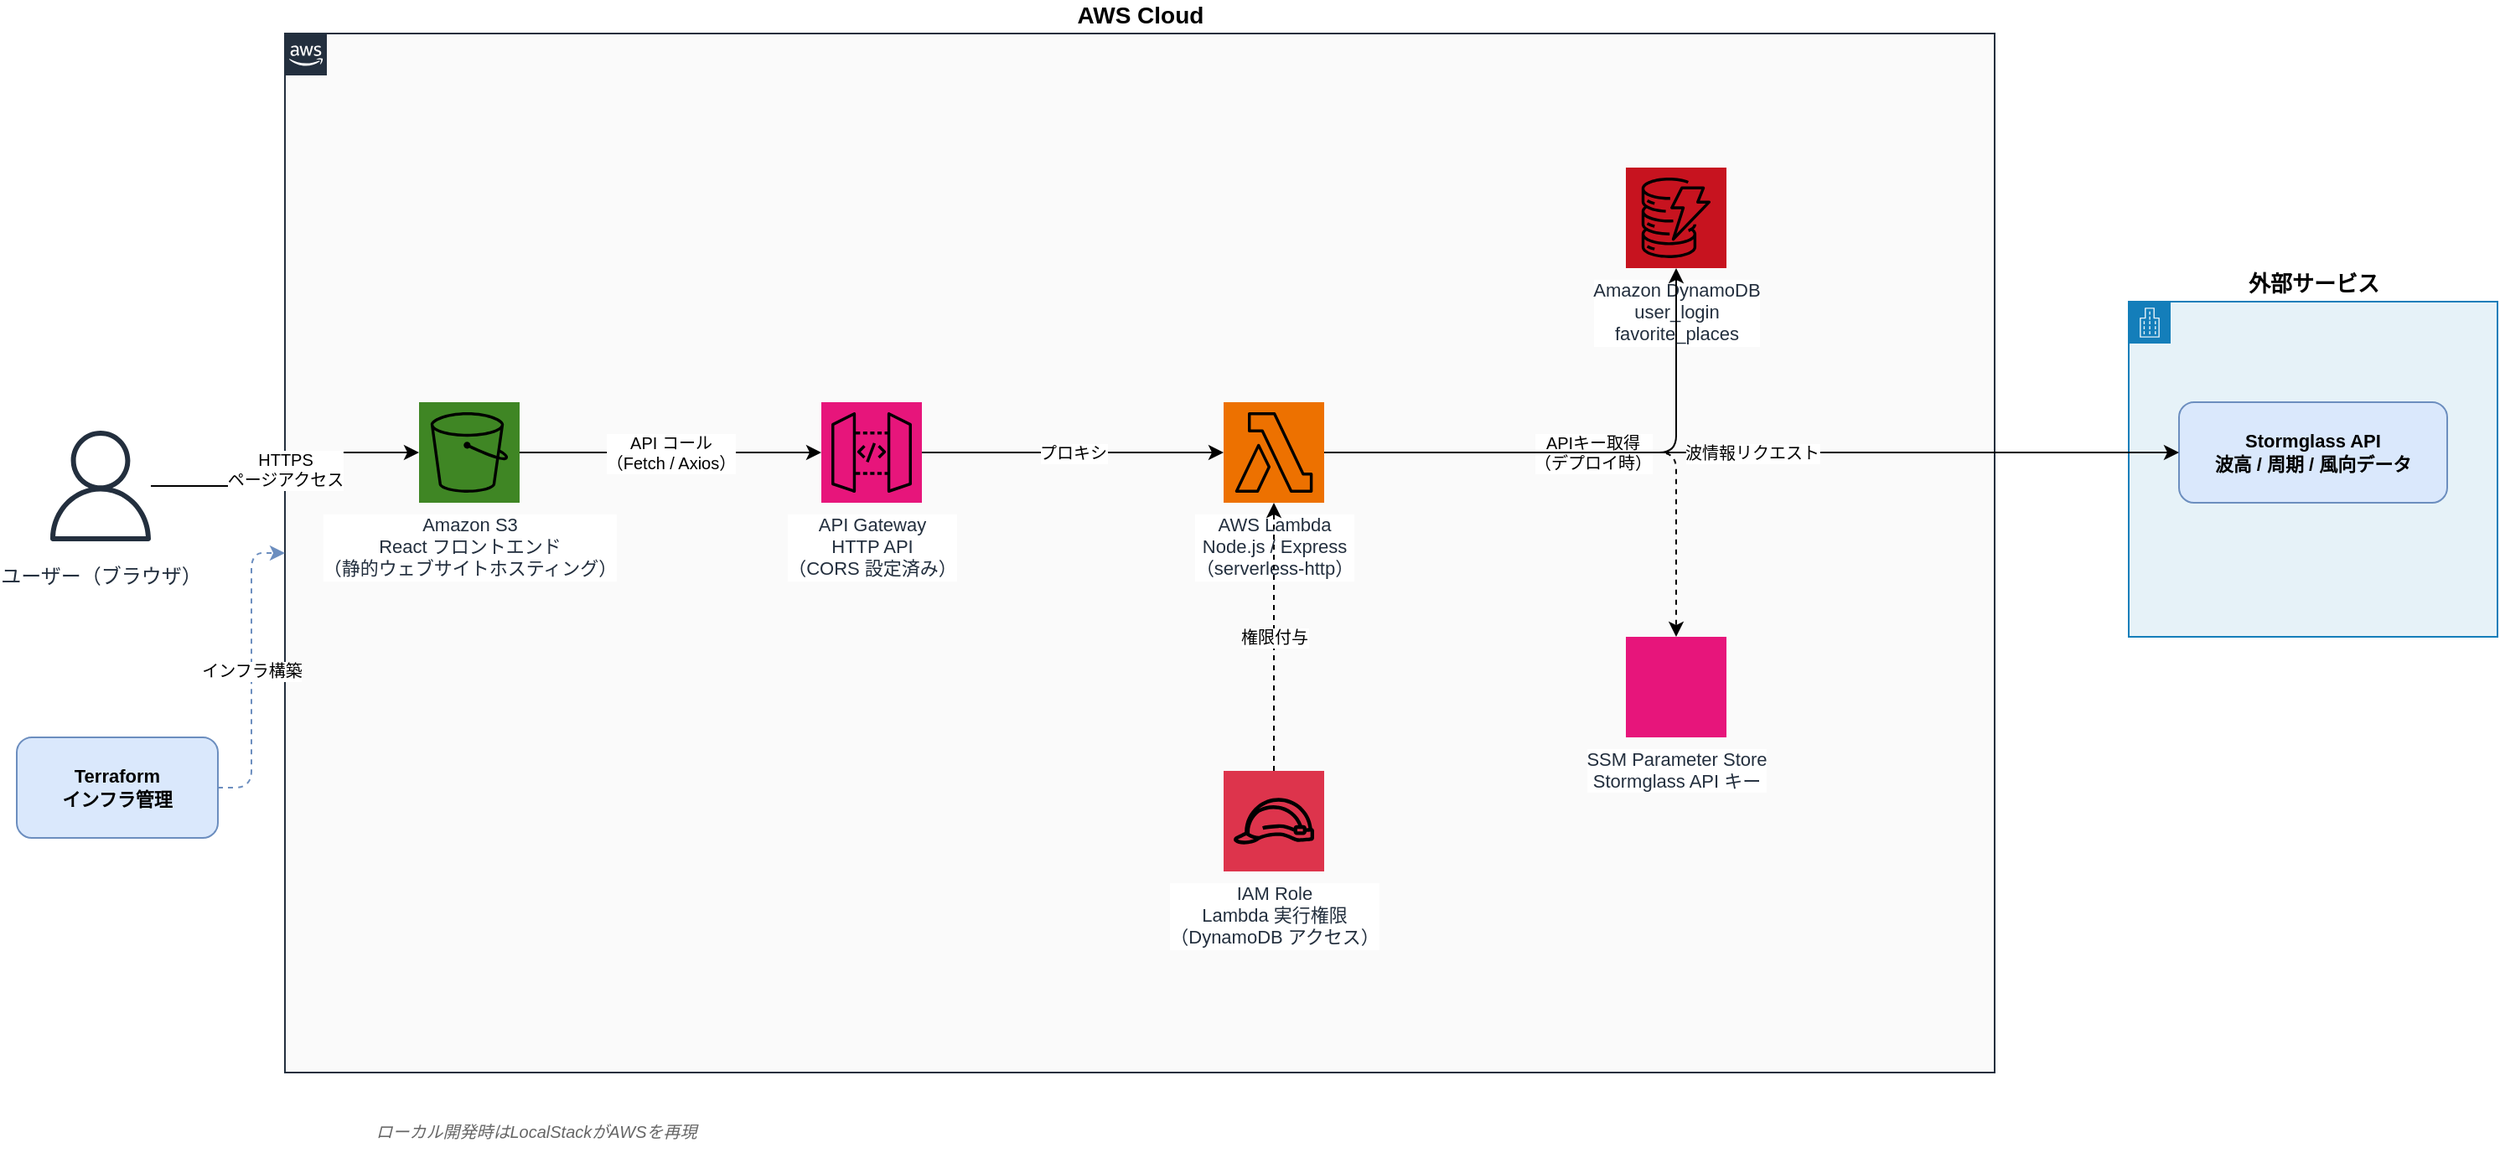
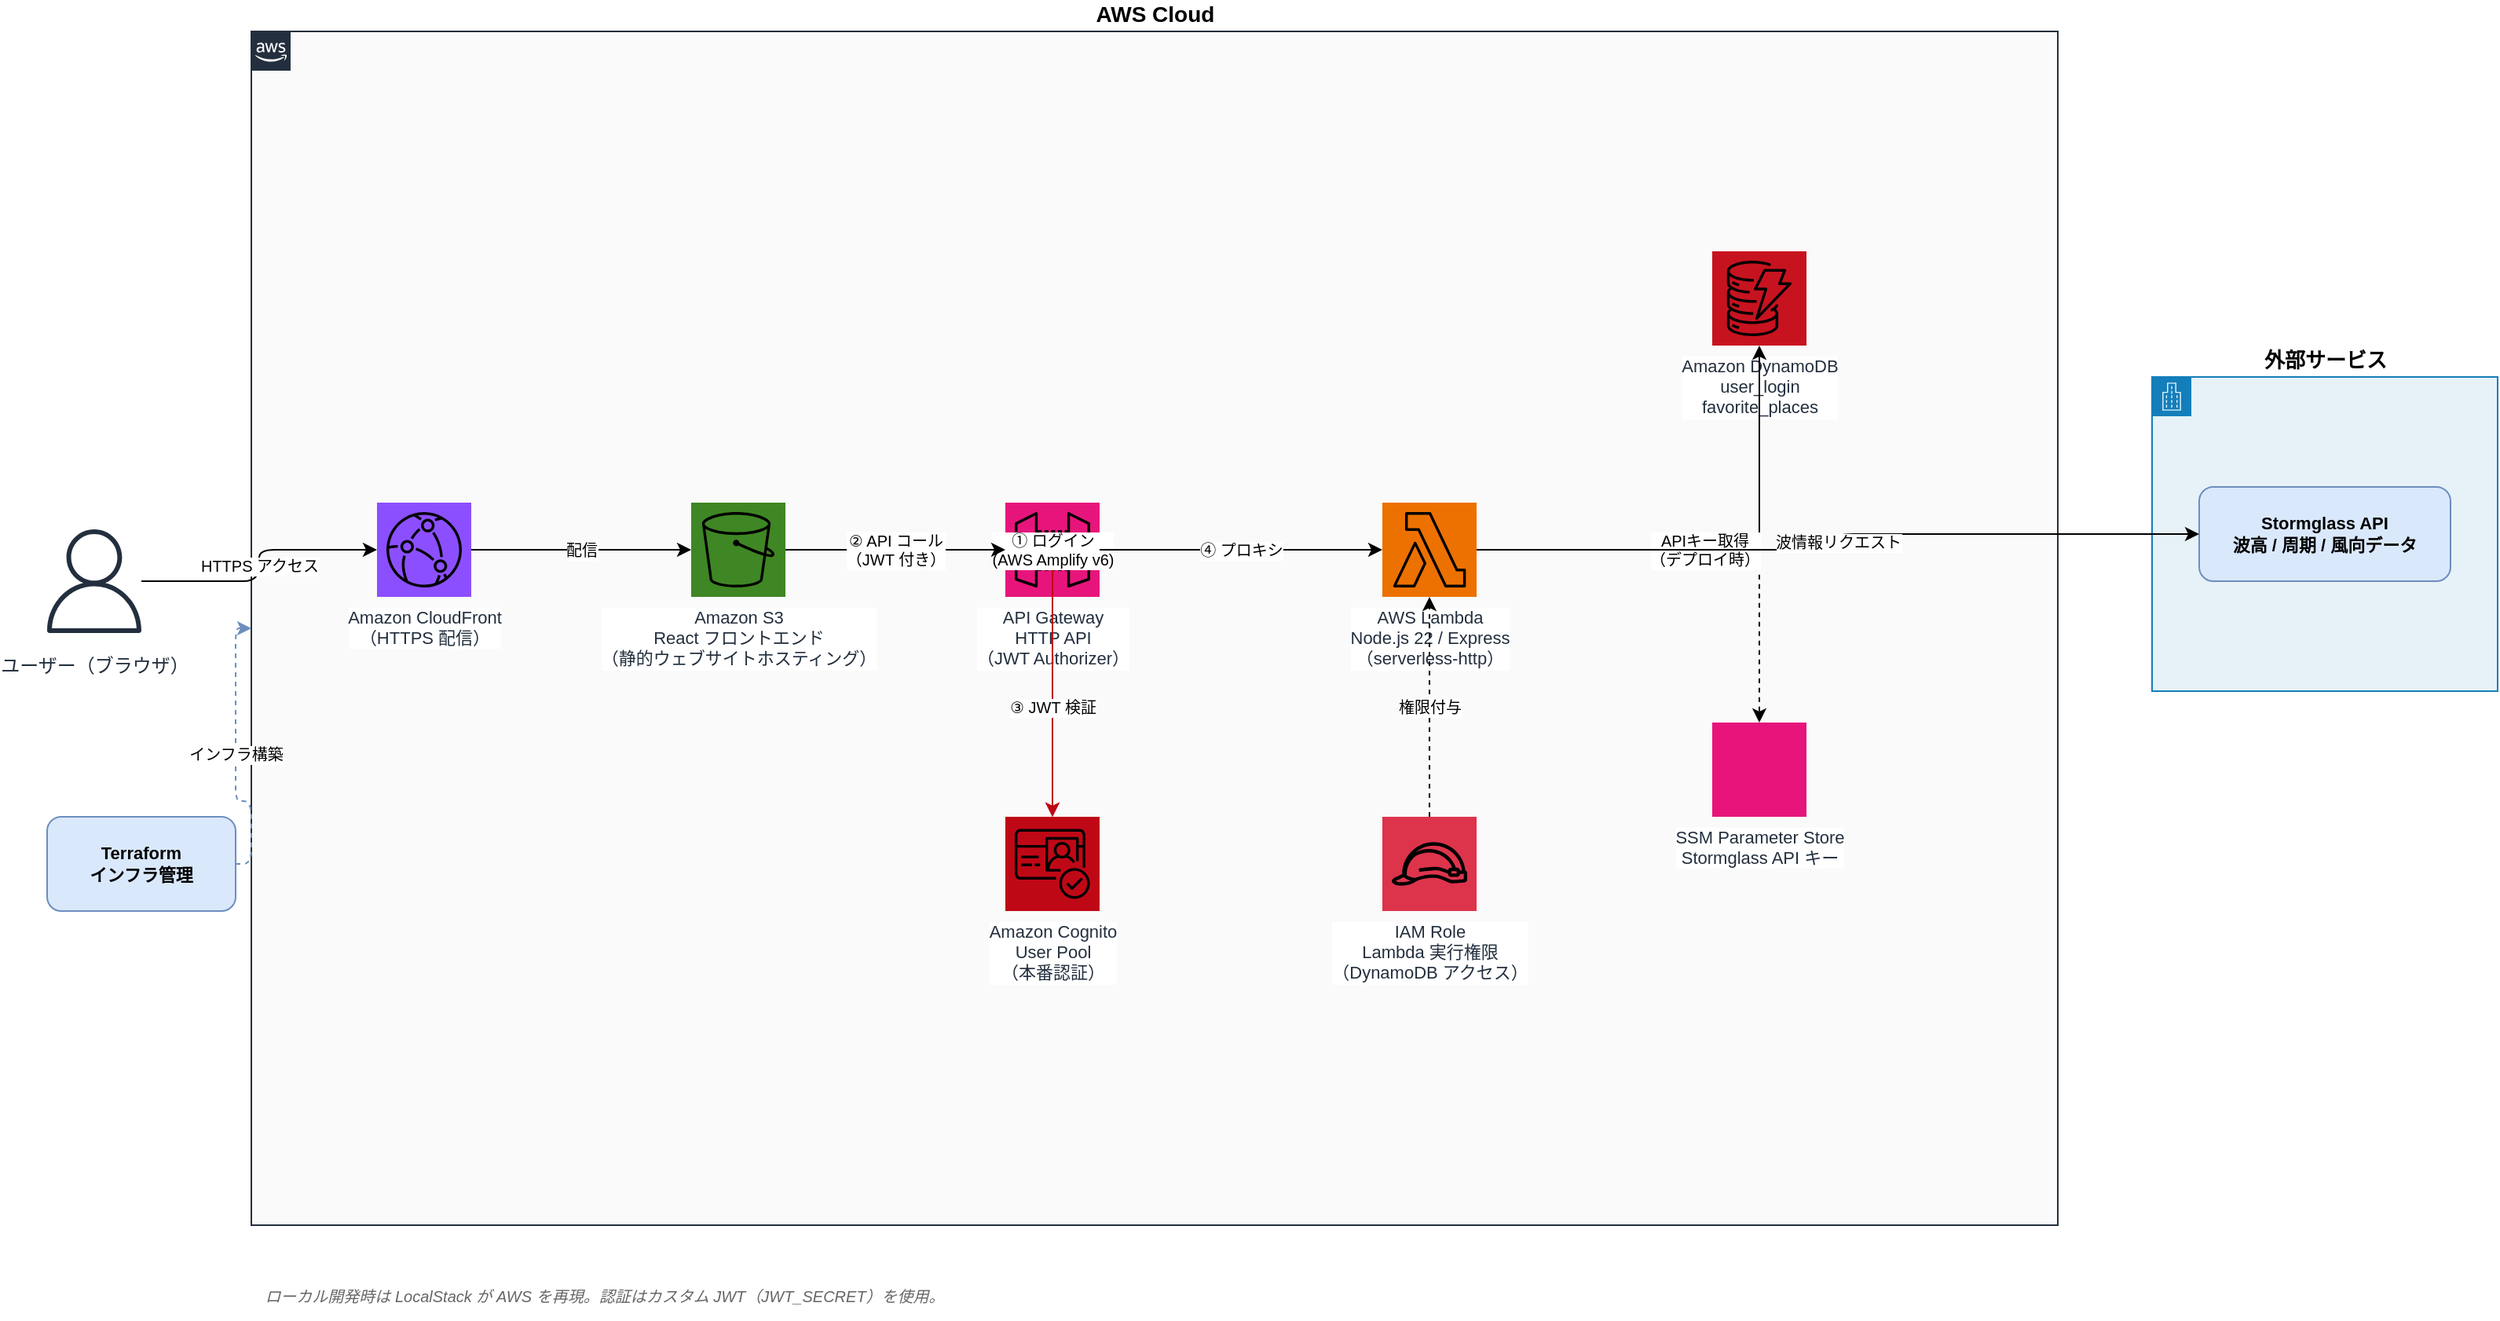
<mxGraphModel dx="1422" dy="762" grid="1" gridSize="10" guides="1" tooltips="1" connect="1" arrows="1" fold="1" page="1" pageScale="1" pageWidth="1654" pageHeight="1169" math="0" shadow="0">
  <root>
    <mxCell id="0" />
    <mxCell id="1" parent="0" />

    <!-- ===== ユーザー ===== -->
    <mxCell id="user" value="ユーザー（ブラウザ）" style="shape=mxgraph.aws4.user;fillColor=#232F3E;strokeColor=none;fontColor=#232F3E;labelBackgroundColor=none;verticalLabelPosition=bottom;verticalAlign=top;align=center;html=1;" vertex="1" parent="1">
-       <mxGeometry x="60" y="310" width="60" height="80" as="geometry" />
+       <mxGeometry x="40" y="390" width="60" height="80" as="geometry" />
    </mxCell>

    <!-- ===== AWS Cloud 境界 ===== -->
    <mxCell id="aws-cloud" value="AWS Cloud" style="points=[[0,0],[0.25,0],[0.5,0],[0.75,0],[1,0],[1,0.25],[1,0.5],[1,0.75],[1,1],[0.75,1],[0.5,1],[0.25,1],[0,1],[0,0.75],[0,0.5],[0,0.25]];shape=mxgraph.aws4.group;grIcon=mxgraph.aws4.group_aws_cloud_alt;strokeColor=#232F3E;fillColor=#FAFAFA;verticalLabelPosition=top;verticalAlign=bottom;align=center;html=1;fontSize=14;fontStyle=1;" vertex="1" parent="1">
-       <mxGeometry x="200" y="80" width="1020" height="620" as="geometry" />
+       <mxGeometry x="170" y="80" width="1150" height="760" as="geometry" />
+     </mxCell>
+ 
+     <!-- ===== CloudFront ===== -->
+     <mxCell id="cloudfront" value="Amazon CloudFront&#xa;（HTTPS 配信）" style="outlineConnect=0;fontColor=#232F3E;gradientColor=none;strokeColor=none;fillColor=#8C4FFF;labelBackgroundColor=#ffffff;align=center;html=1;fontSize=11;fontStyle=0;aspect=fixed;shape=mxgraph.aws4.resourceIcon;resIcon=mxgraph.aws4.cloudfront;verticalLabelPosition=bottom;verticalAlign=top;" vertex="1" parent="1">
+       <mxGeometry x="250" y="380" width="60" height="60" as="geometry" />
    </mxCell>

    <!-- ===== S3（フロントエンド） ===== -->
    <mxCell id="s3" value="Amazon S3&#xa;React フロントエンド&#xa;（静的ウェブサイトホスティング）" style="outlineConnect=0;fontColor=#232F3E;gradientColor=none;strokeColor=none;fillColor=#3F8624;labelBackgroundColor=#ffffff;align=center;html=1;fontSize=11;fontStyle=0;aspect=fixed;shape=mxgraph.aws4.resourceIcon;resIcon=mxgraph.aws4.s3;verticalLabelPosition=bottom;verticalAlign=top;" vertex="1" parent="1">
-       <mxGeometry x="280" y="300" width="60" height="60" as="geometry" />
+       <mxGeometry x="450" y="380" width="60" height="60" as="geometry" />
+     </mxCell>
+ 
+     <!-- ===== Cognito ===== -->
+     <mxCell id="cognito" value="Amazon Cognito&#xa;User Pool&#xa;（本番認証）" style="outlineConnect=0;fontColor=#232F3E;gradientColor=none;strokeColor=none;fillColor=#BF0816;labelBackgroundColor=#ffffff;align=center;html=1;fontSize=11;fontStyle=0;aspect=fixed;shape=mxgraph.aws4.resourceIcon;resIcon=mxgraph.aws4.cognito;verticalLabelPosition=bottom;verticalAlign=top;" vertex="1" parent="1">
+       <mxGeometry x="650" y="580" width="60" height="60" as="geometry" />
    </mxCell>

    <!-- ===== API Gateway ===== -->
-     <mxCell id="apigw" value="API Gateway&#xa;HTTP API&#xa;（CORS 設定済み）" style="outlineConnect=0;fontColor=#232F3E;gradientColor=none;strokeColor=none;fillColor=#E7157B;labelBackgroundColor=#ffffff;align=center;html=1;fontSize=11;fontStyle=0;aspect=fixed;shape=mxgraph.aws4.resourceIcon;resIcon=mxgraph.aws4.api_gateway;verticalLabelPosition=bottom;verticalAlign=top;" vertex="1" parent="1">
-       <mxGeometry x="520" y="300" width="60" height="60" as="geometry" />
+     <mxCell id="apigw" value="API Gateway&#xa;HTTP API&#xa;（JWT Authorizer）" style="outlineConnect=0;fontColor=#232F3E;gradientColor=none;strokeColor=none;fillColor=#E7157B;labelBackgroundColor=#ffffff;align=center;html=1;fontSize=11;fontStyle=0;aspect=fixed;shape=mxgraph.aws4.resourceIcon;resIcon=mxgraph.aws4.api_gateway;verticalLabelPosition=bottom;verticalAlign=top;" vertex="1" parent="1">
+       <mxGeometry x="650" y="380" width="60" height="60" as="geometry" />
    </mxCell>

    <!-- ===== Lambda ===== -->
-     <mxCell id="lambda" value="AWS Lambda&#xa;Node.js / Express&#xa;（serverless-http）" style="outlineConnect=0;fontColor=#232F3E;gradientColor=none;strokeColor=none;fillColor=#ED7100;labelBackgroundColor=#ffffff;align=center;html=1;fontSize=11;fontStyle=0;aspect=fixed;shape=mxgraph.aws4.resourceIcon;resIcon=mxgraph.aws4.lambda;verticalLabelPosition=bottom;verticalAlign=top;" vertex="1" parent="1">
-       <mxGeometry x="760" y="300" width="60" height="60" as="geometry" />
+     <mxCell id="lambda" value="AWS Lambda&#xa;Node.js 22 / Express&#xa;（serverless-http）" style="outlineConnect=0;fontColor=#232F3E;gradientColor=none;strokeColor=none;fillColor=#ED7100;labelBackgroundColor=#ffffff;align=center;html=1;fontSize=11;fontStyle=0;aspect=fixed;shape=mxgraph.aws4.resourceIcon;resIcon=mxgraph.aws4.lambda;verticalLabelPosition=bottom;verticalAlign=top;" vertex="1" parent="1">
+       <mxGeometry x="890" y="380" width="60" height="60" as="geometry" />
    </mxCell>

    <!-- ===== DynamoDB ===== -->
    <mxCell id="dynamo" value="Amazon DynamoDB&#xa;user_login&#xa;favorite_places" style="outlineConnect=0;fontColor=#232F3E;gradientColor=none;strokeColor=none;fillColor=#C7131F;labelBackgroundColor=#ffffff;align=center;html=1;fontSize=11;fontStyle=0;aspect=fixed;shape=mxgraph.aws4.resourceIcon;resIcon=mxgraph.aws4.dynamodb;verticalLabelPosition=bottom;verticalAlign=top;" vertex="1" parent="1">
-       <mxGeometry x="1000" y="160" width="60" height="60" as="geometry" />
+       <mxGeometry x="1100" y="220" width="60" height="60" as="geometry" />
    </mxCell>

    <!-- ===== SSM Parameter Store ===== -->
    <mxCell id="ssm" value="SSM Parameter Store&#xa;Stormglass API キー" style="outlineConnect=0;fontColor=#232F3E;gradientColor=none;strokeColor=none;fillColor=#E7157B;labelBackgroundColor=#ffffff;align=center;html=1;fontSize=11;fontStyle=0;aspect=fixed;shape=mxgraph.aws4.resourceIcon;resIcon=mxgraph.aws4.systems_manager_parameter_store;verticalLabelPosition=bottom;verticalAlign=top;" vertex="1" parent="1">
-       <mxGeometry x="1000" y="440" width="60" height="60" as="geometry" />
+       <mxGeometry x="1100" y="520" width="60" height="60" as="geometry" />
    </mxCell>

    <!-- ===== IAM Role ===== -->
    <mxCell id="iam" value="IAM Role&#xa;Lambda 実行権限&#xa;（DynamoDB アクセス）" style="outlineConnect=0;fontColor=#232F3E;gradientColor=none;strokeColor=none;fillColor=#DD344C;labelBackgroundColor=#ffffff;align=center;html=1;fontSize=11;fontStyle=0;aspect=fixed;shape=mxgraph.aws4.resourceIcon;resIcon=mxgraph.aws4.role;verticalLabelPosition=bottom;verticalAlign=top;" vertex="1" parent="1">
-       <mxGeometry x="760" y="520" width="60" height="60" as="geometry" />
+       <mxGeometry x="890" y="580" width="60" height="60" as="geometry" />
    </mxCell>

    <!-- ===== Terraform ===== -->
    <mxCell id="terraform" value="Terraform&#xa;インフラ管理" style="rounded=1;whiteSpace=wrap;html=1;fillColor=#dae8fc;strokeColor=#6c8ebf;fontSize=11;fontStyle=1;" vertex="1" parent="1">
-       <mxGeometry x="40" y="500" width="120" height="60" as="geometry" />
+       <mxGeometry x="40" y="580" width="120" height="60" as="geometry" />
    </mxCell>

    <!-- ===== 外部: Stormglass API ===== -->
    <mxCell id="external-box" value="外部サービス" style="points=[[0,0],[0.25,0],[0.5,0],[0.75,0],[1,0],[1,0.25],[1,0.5],[1,0.75],[1,1],[0.75,1],[0.5,1],[0.25,1],[0,1],[0,0.75],[0,0.5],[0,0.25]];shape=mxgraph.aws4.group;grIcon=mxgraph.aws4.group_corporate_data_center;strokeColor=#147EBA;fillColor=#E6F2F8;verticalLabelPosition=top;verticalAlign=bottom;align=center;html=1;fontSize=13;fontStyle=1;" vertex="1" parent="1">
-       <mxGeometry x="1300" y="240" width="220" height="200" as="geometry" />
+       <mxGeometry x="1380" y="300" width="220" height="200" as="geometry" />
    </mxCell>

    <mxCell id="stormglass" value="Stormglass API&#xa;波高 / 周期 / 風向データ" style="rounded=1;whiteSpace=wrap;html=1;fillColor=#dae8fc;strokeColor=#6c8ebf;fontSize=11;fontStyle=1;" vertex="1" parent="1">
-       <mxGeometry x="1330" y="300" width="160" height="60" as="geometry" />
+       <mxGeometry x="1410" y="370" width="160" height="60" as="geometry" />
    </mxCell>

    <!-- ===== ローカル開発メモ ===== -->
-     <mxCell id="local-note" value="ローカル開発時はLocalStackがAWSを再現" style="text;html=1;strokeColor=none;fillColor=none;align=center;verticalAlign=middle;whiteSpace=wrap;rounded=0;fontStyle=2;fontSize=10;fontColor=#666666;" vertex="1" parent="1">
-       <mxGeometry x="200" y="720" width="300" height="30" as="geometry" />
+     <mxCell id="local-note" value="ローカル開発時は LocalStack が AWS を再現。認証はカスタム JWT（JWT_SECRET）を使用。" style="text;html=1;strokeColor=none;fillColor=none;align=center;verticalAlign=middle;whiteSpace=wrap;rounded=0;fontStyle=2;fontSize=10;fontColor=#666666;" vertex="1" parent="1">
+       <mxGeometry x="170" y="870" width="450" height="30" as="geometry" />
    </mxCell>

    <!-- ===== 矢印 ===== -->

-     <!-- ユーザー → S3 -->
-     <mxCell id="e1" value="HTTPS&#xa;ページアクセス" style="edgeStyle=orthogonalEdgeStyle;html=1;fontSize=10;" edge="1" source="user" target="s3" parent="1">
+     <!-- ユーザー → CloudFront -->
+     <mxCell id="e0" value="HTTPS アクセス" style="edgeStyle=orthogonalEdgeStyle;html=1;fontSize=10;" edge="1" source="user" target="cloudfront" parent="1">
      <mxGeometry relative="1" as="geometry" />
    </mxCell>

-     <!-- S3 → API Gateway（APIコール） -->
-     <mxCell id="e2" value="API コール&#xa;（Fetch / Axios）" style="edgeStyle=orthogonalEdgeStyle;html=1;fontSize=10;" edge="1" source="s3" target="apigw" parent="1">
+     <!-- CloudFront → S3 -->
+     <mxCell id="e1" value="配信" style="edgeStyle=orthogonalEdgeStyle;html=1;fontSize=10;" edge="1" source="cloudfront" target="s3" parent="1">
+       <mxGeometry relative="1" as="geometry" />
+     </mxCell>
+ 
+     <!-- S3(React) → Cognito（ログイン） -->
+     <mxCell id="e_login" value="① ログイン&#xa;(AWS Amplify v6)" style="edgeStyle=orthogonalEdgeStyle;html=1;fontSize=10;strokeColor=#BF0816;" edge="1" source="s3" target="cognito" parent="1">
+       <mxGeometry relative="1" as="geometry" />
+     </mxCell>
+ 
+     <!-- S3(React) → API Gateway（JWT付きAPIコール） -->
+     <mxCell id="e2" value="② API コール&#xa;（JWT 付き）" style="edgeStyle=orthogonalEdgeStyle;html=1;fontSize=10;" edge="1" source="s3" target="apigw" parent="1">
+       <mxGeometry relative="1" as="geometry" />
+     </mxCell>
+ 
+     <!-- API Gateway ↔ Cognito（JWT検証） -->
+     <mxCell id="e_verify" value="③ JWT 検証" style="edgeStyle=orthogonalEdgeStyle;html=1;fontSize=10;strokeColor=#BF0816;dashed=1;" edge="1" source="apigw" target="cognito" parent="1">
      <mxGeometry relative="1" as="geometry" />
    </mxCell>

    <!-- API Gateway → Lambda -->
-     <mxCell id="e3" value="プロキシ" style="edgeStyle=orthogonalEdgeStyle;html=1;fontSize=10;" edge="1" source="apigw" target="lambda" parent="1">
+     <mxCell id="e3" value="④ プロキシ" style="edgeStyle=orthogonalEdgeStyle;html=1;fontSize=10;" edge="1" source="apigw" target="lambda" parent="1">
      <mxGeometry relative="1" as="geometry" />
    </mxCell>

    <!-- Lambda → DynamoDB -->
    <mxCell id="e4" value="CRUD" style="edgeStyle=orthogonalEdgeStyle;html=1;fontSize=10;" edge="1" source="lambda" target="dynamo" parent="1">
      <mxGeometry relative="1" as="geometry" />
    </mxCell>

    <!-- Lambda → SSM -->
    <mxCell id="e5" value="APIキー取得&#xa;（デプロイ時）" style="edgeStyle=orthogonalEdgeStyle;html=1;fontSize=10;dashed=1;" edge="1" source="lambda" target="ssm" parent="1">
      <mxGeometry relative="1" as="geometry" />
    </mxCell>

    <!-- Lambda → Stormglass -->
    <mxCell id="e6" value="波情報リクエスト" style="edgeStyle=orthogonalEdgeStyle;html=1;fontSize=10;" edge="1" source="lambda" target="stormglass" parent="1">
      <mxGeometry relative="1" as="geometry" />
    </mxCell>

    <!-- IAM → Lambda -->
    <mxCell id="e7" value="権限付与" style="edgeStyle=orthogonalEdgeStyle;html=1;fontSize=10;dashed=1;" edge="1" source="iam" target="lambda" parent="1">
      <mxGeometry relative="1" as="geometry" />
    </mxCell>

    <!-- Terraform → AWS Cloud -->
    <mxCell id="e8" value="インフラ構築" style="edgeStyle=orthogonalEdgeStyle;html=1;fontSize=10;dashed=1;strokeColor=#6c8ebf;" edge="1" source="terraform" target="aws-cloud" parent="1">
      <mxGeometry relative="1" as="geometry" />
    </mxCell>

  </root>
</mxGraphModel>
